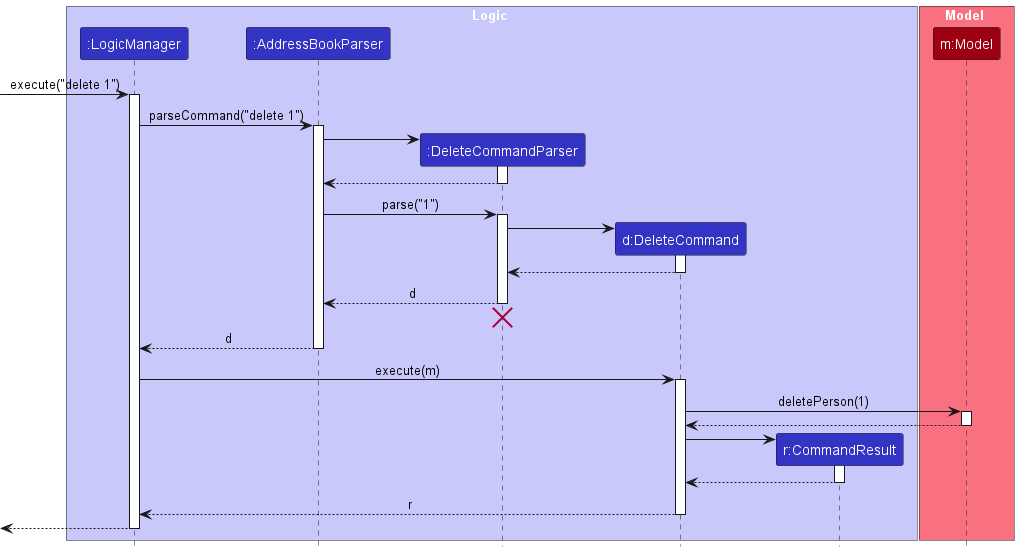
Earlier version of the PlantUML export docs/images/DeleteSequenceDiagram.png (nus-cs2103-AY2425S1/tp).
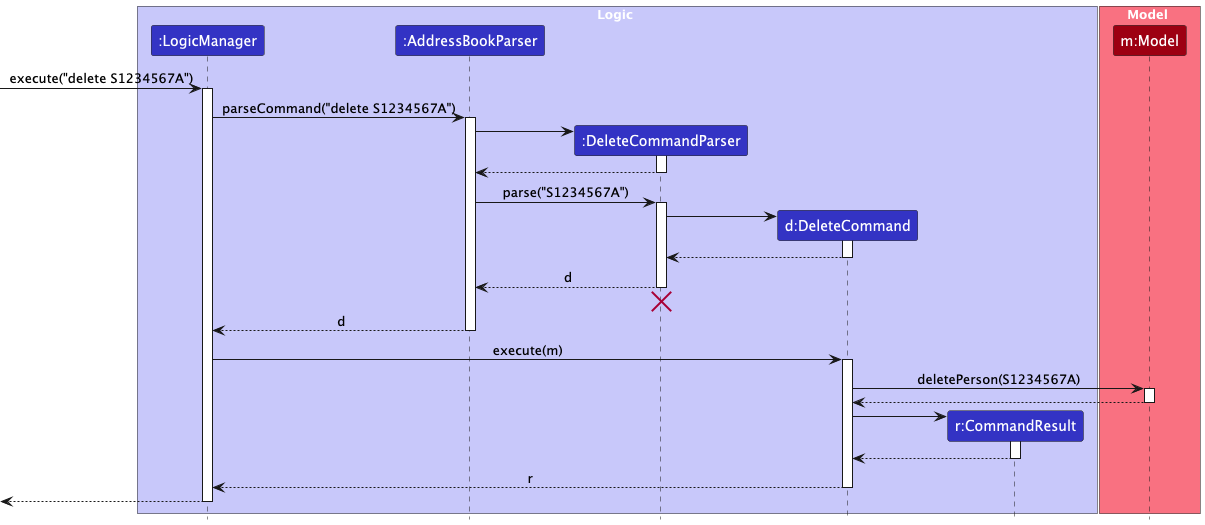
Later version of the same file.

Change to the diagram source:
```diff
@@ -14,10 +14,10 @@
 participant "m:Model" as Model MODEL_COLOR
 end box
 
-[-> LogicManager : execute("delete 1")
+[-> LogicManager : execute("delete S1234567A")
 activate LogicManager
 
-LogicManager -> AddressBookParser : parseCommand("delete 1")
+LogicManager -> AddressBookParser : parseCommand("delete S1234567A")
 activate AddressBookParser
 
 create DeleteCommandParser
@@ -27,7 +27,7 @@
 DeleteCommandParser --> AddressBookParser
 deactivate DeleteCommandParser
 
-AddressBookParser -> DeleteCommandParser : parse("1")
+AddressBookParser -> DeleteCommandParser : parse("S1234567A")
 activate DeleteCommandParser
 
 create DeleteCommand
@@ -48,7 +48,7 @@
 LogicManager -> DeleteCommand : execute(m)
 activate DeleteCommand
 
-DeleteCommand -> Model : deletePerson(1)
+DeleteCommand -> Model : deletePerson(S1234567A)
 activate Model
 
 Model --> DeleteCommand
```
